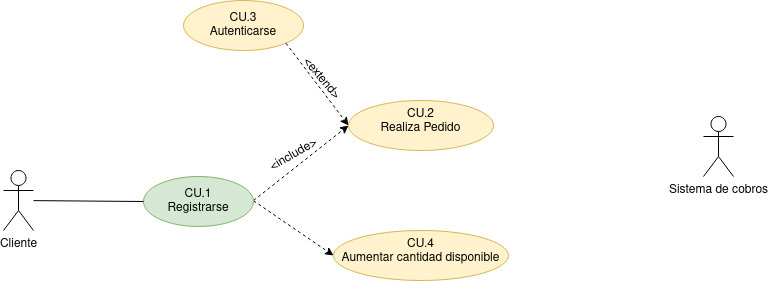
Earlier version of the draw.io export Tareas/casosUso/Tarea5-Tienda Virtual/TiendaVirtual.drawio.png (colidom/ets). Source tidied: cells renumbered, new cells last; positions are measured from the earlier drawing's top-left corner, leaving out a move shared by most shapes.
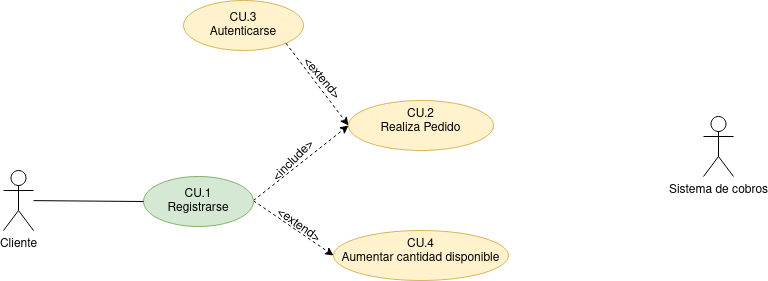
The same file after the commit.

Diff of the diagram source:
```diff
@@ -27,8 +27,8 @@
     <mxCell id="8" style="endArrow=none;html=1;rounded=0;entryX=0;entryY=0.5;entryDx=0;entryDy=0;endFill=0;" parent="1" edge="1" source="6" target="7">
       <mxGeometry relative="1" as="geometry" />
     </mxCell>
-    <mxCell id="9" value="&amp;lt;include&amp;gt;" style="text;html=1;align=center;verticalAlign=middle;strokeColor=none;fillColor=none;rotation=-30;" parent="1" vertex="1">
-      <mxGeometry x="250" y="140" width="80" height="30" as="geometry" />
+    <mxCell id="9" value="&amp;lt;include&amp;gt;" style="text;html=1;align=center;verticalAlign=middle;strokeColor=none;fillColor=none;rotation=-45;" parent="1" vertex="1">
+      <mxGeometry x="250" y="146" width="80" height="30" as="geometry" />
     </mxCell>
     <mxCell id="10" value="Sistema de cobros" style="shape=umlActor;verticalLabelPosition=bottom;verticalAlign=top;html=1;" parent="1" vertex="1">
       <mxGeometry x="700" y="116" width="30" height="60" as="geometry" />
@@ -42,5 +42,8 @@
     <mxCell id="13" value="&amp;lt;extend&amp;gt;" style="text;html=1;align=center;verticalAlign=middle;strokeColor=none;fillColor=none;rotation=50;" parent="1" vertex="1">
       <mxGeometry x="283" y="63" width="70" height="30" as="geometry" />
     </mxCell>
+    <mxCell id="14" value="&amp;lt;extend&amp;gt;" style="text;html=1;align=center;verticalAlign=middle;strokeColor=none;fillColor=none;rotation=35;" parent="1" vertex="1">
+      <mxGeometry x="260" y="210" width="70" height="30" as="geometry" />
+    </mxCell>
   </root>
 </mxGraphModel>
```
